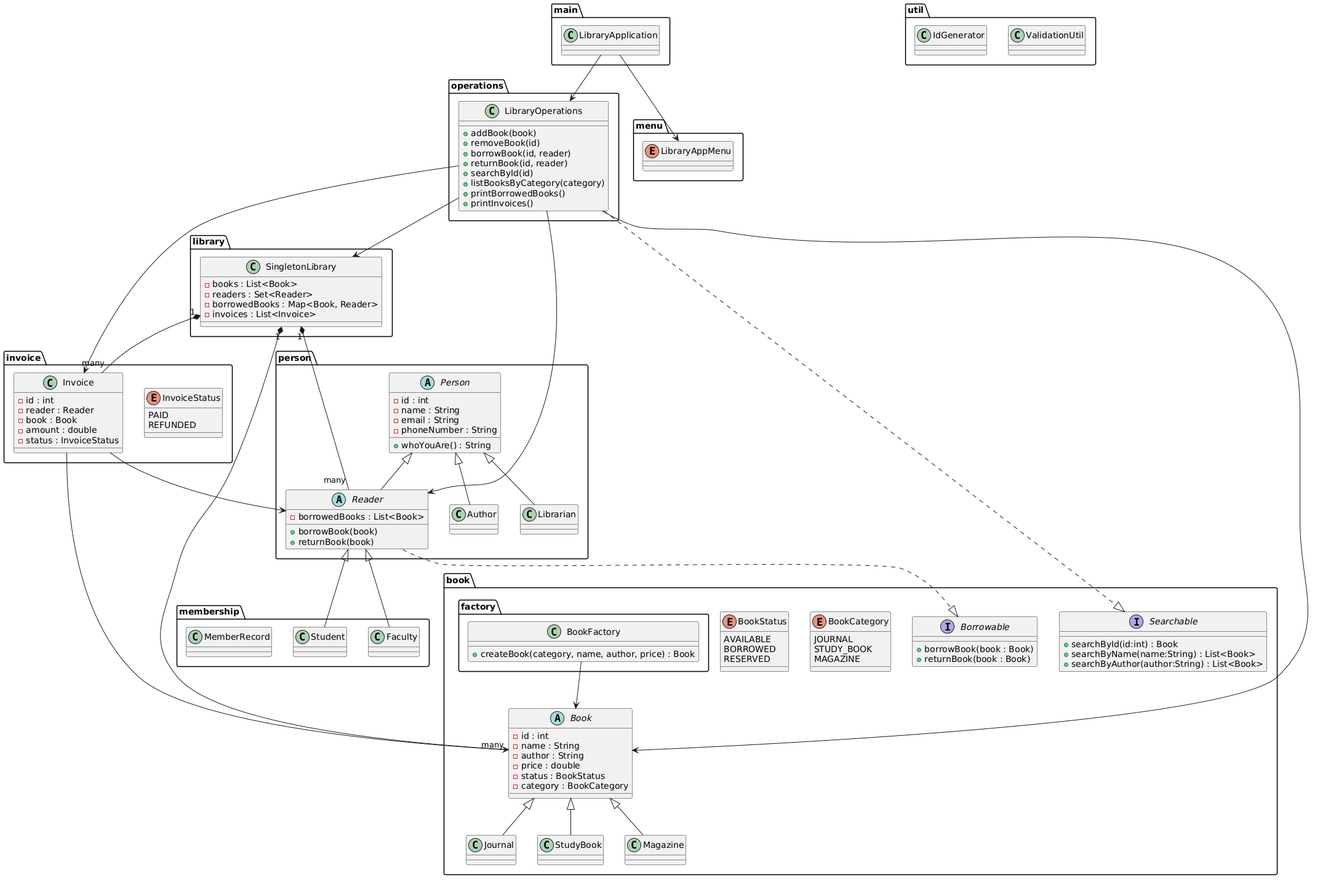
The PlantUML diagram UML.png in suckerman7/Java-s15-Challenge, before a commit. The source it was exported from:
```plantuml
@startuml
package book {

abstract class Book {
    - id : int
    - name : String
    - author : String
    - price : double
    - status : BookStatus
    - category : BookCategory
}

class Journal
class StudyBook
class Magazine

enum BookStatus {
AVAILABLE
BORROWED
RESERVED
}

enum BookCategory {
JOURNAL
STUDY_BOOK
MAGAZINE
}

interface Borrowable {
+ borrowBook(book : Book)
+ returnBook(book : Book)
}

interface Searchable {
+ searchById(id:int) : Book
+ searchByName(name:String) : List<Book>
+ searchByAuthor(author:String) : List<Book>
}

Book <|-- Journal
Book <|-- StudyBook
Book <|-- Magazine
}

package book.factory {

class BookFactory {
+ createBook(category, name, author, price) : Book
}

}

package person {

abstract class Person {
- id : int
- name : String
- email : String
- phoneNumber : String
+ whoYouAre() : String
}

abstract class Reader {
- borrowedBooks : List<Book>
+ borrowBook(book)
+ returnBook(book)
}

class Author
class Librarian

Person <|-- Reader
Person <|-- Author
Person <|-- Librarian

}

package membership {

class MemberRecord
class Student
class Faculty

Reader <|-- Student
Reader <|-- Faculty

}

package invoice {

class Invoice {
- id : int
- reader : Reader
- book : Book
- amount : double
- status : InvoiceStatus
}

enum InvoiceStatus {
PAID
REFUNDED
}

}

package library {

class SingletonLibrary {
- books : List<Book>
- readers : Set<Reader>
- borrowedBooks : Map<Book, Reader>
- invoices : List<Invoice>
}

}

package operations {

class LibraryOperations {
+ addBook(book)
+ removeBook(id)
+ borrowBook(id, reader)
+ returnBook(id, reader)
+ searchById(id)
+ listBooksByCategory(category)
+ printBorrowedBooks()
+ printInvoices()
}

}

package menu {

enum LibraryAppMenu

}

package util {

class IdGenerator
class ValidationUtil

}

package main {

class LibraryApplication

}

LibraryOperations --> SingletonLibrary
LibraryOperations --> Reader
LibraryOperations --> Book
LibraryOperations --> Invoice

Invoice --> Book
Invoice --> Reader

SingletonLibrary "1" *-- "many" Book
SingletonLibrary "1" *-- "many" Reader
SingletonLibrary "1" *-- "many" Invoice

LibraryApplication --> LibraryOperations
LibraryApplication --> LibraryAppMenu

BookFactory --> Book

Reader ..|> Borrowable
LibraryOperations ..|> Searchable
@enduml
```
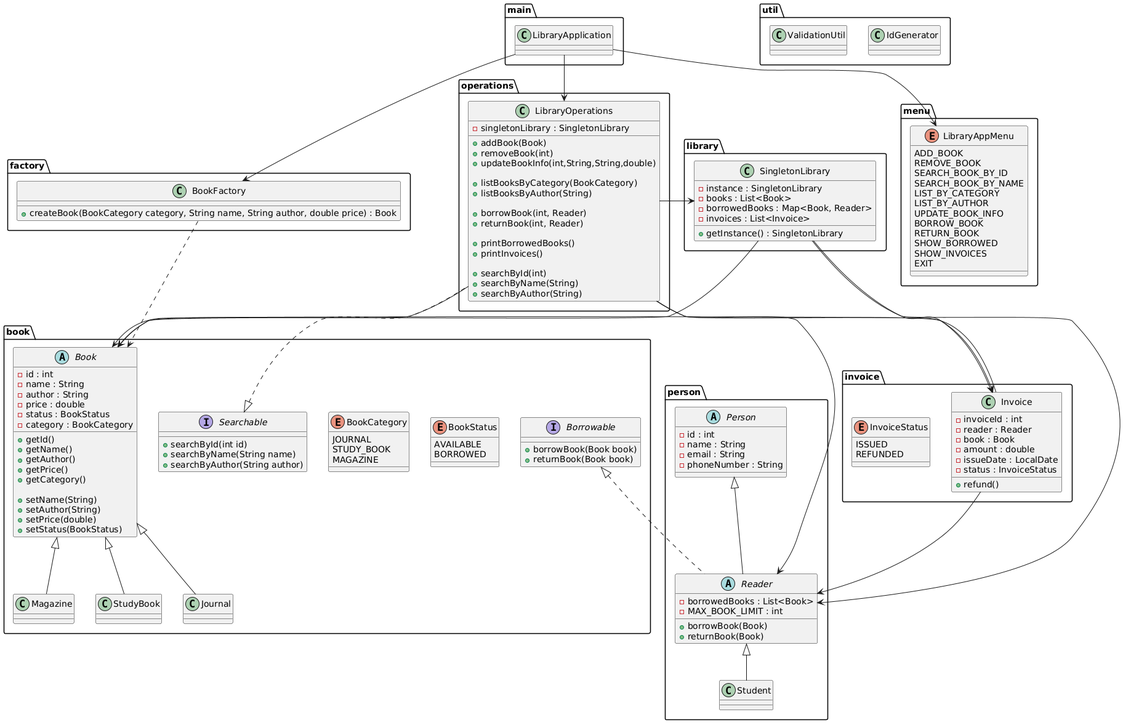
Above is the later version.

The edit, as a diff of the source:
```diff
@@ -1,51 +1,61 @@
 @startuml
 package book {
 
-abstract class Book {
-    - id : int
-    - name : String
-    - author : String
-    - price : double
-    - status : BookStatus
-    - category : BookCategory
+interface Borrowable {
+    +borrowBook(Book book)
+    +returnBook(Book book)
 }
 
-class Journal
-class StudyBook
-class Magazine
-
-enum BookStatus {
-AVAILABLE
-BORROWED
-RESERVED
+interface Searchable {
+    +searchById(int id)
+    +searchByName(String name)
+    +searchByAuthor(String author)
 }
 
 enum BookCategory {
-JOURNAL
-STUDY_BOOK
-MAGAZINE
+    JOURNAL
+    STUDY_BOOK
+    MAGAZINE
 }
 
-interface Borrowable {
-+ borrowBook(book : Book)
-+ returnBook(book : Book)
+enum BookStatus {
+    AVAILABLE
+    BORROWED
 }
 
-interface Searchable {
-+ searchById(id:int) : Book
-+ searchByName(name:String) : List<Book>
-+ searchByAuthor(author:String) : List<Book>
+abstract class Book {
+    -id : int
+    -name : String
+    -author : String
+    -price : double
+    -status : BookStatus
+    -category : BookCategory
+
+    +getId()
+    +getName()
+    +getAuthor()
+    +getPrice()
+    +getCategory()
+
+    +setName(String)
+    +setAuthor(String)
+    +setPrice(double)
+    +setStatus(BookStatus)
 }
 
+class StudyBook
+class Journal
+class Magazine
+
+Book <|-- StudyBook
 Book <|-- Journal
-Book <|-- StudyBook
 Book <|-- Magazine
 }
 
-package book.factory {
+package factory {
 
 class BookFactory {
-+ createBook(category, name, author, price) : Book
+    +createBook(BookCategory category, String name, String author, double price) : Book
 }
 
 }
@@ -53,52 +63,42 @@
 package person {
 
 abstract class Person {
-- id : int
-- name : String
-- email : String
-- phoneNumber : String
-+ whoYouAre() : String
+    -id : int
+    -name : String
+    -email : String
+    -phoneNumber : String
 }
 
 abstract class Reader {
-- borrowedBooks : List<Book>
-+ borrowBook(book)
-+ returnBook(book)
+    -borrowedBooks : List<Book>
+    -MAX_BOOK_LIMIT : int
+    +borrowBook(Book)
+    +returnBook(Book)
 }
 
-class Author
-class Librarian
+class Student
 
 Person <|-- Reader
-Person <|-- Author
-Person <|-- Librarian
-
-}
-
-package membership {
-
-class MemberRecord
-class Student
-class Faculty
-
 Reader <|-- Student
-Reader <|-- Faculty
-
+Borrowable <|.. Reader
 }
 
 package invoice {
 
-class Invoice {
-- id : int
-- reader : Reader
-- book : Book
-- amount : double
-- status : InvoiceStatus
+enum InvoiceStatus {
+    ISSUED
+    REFUNDED
 }
 
-enum InvoiceStatus {
-PAID
-REFUNDED
+class Invoice {
+    -invoiceId : int
+    -reader : Reader
+    -book : Book
+    -amount : double
+    -issueDate : LocalDate
+    -status : InvoiceStatus
+
+    +refund()
 }
 
 }
@@ -106,10 +106,12 @@
 package library {
 
 class SingletonLibrary {
-- books : List<Book>
-- readers : Set<Reader>
-- borrowedBooks : Map<Book, Reader>
-- invoices : List<Invoice>
+    -instance : SingletonLibrary
+    -books : List<Book>
+    -borrowedBooks : Map<Book, Reader>
+    -invoices : List<Invoice>
+
+    +getInstance() : SingletonLibrary
 }
 
 }
@@ -117,28 +119,47 @@
 package operations {
 
 class LibraryOperations {
-+ addBook(book)
-+ removeBook(id)
-+ borrowBook(id, reader)
-+ returnBook(id, reader)
-+ searchById(id)
-+ listBooksByCategory(category)
-+ printBorrowedBooks()
-+ printInvoices()
+
+    -singletonLibrary : SingletonLibrary
+
+    +addBook(Book)
+    +removeBook(int)
+    +updateBookInfo(int,String,String,double)
+
+    +listBooksByCategory(BookCategory)
+    +listBooksByAuthor(String)
+
+    +borrowBook(int, Reader)
+    +returnBook(int, Reader)
+
+    +printBorrowedBooks()
+    +printInvoices()
+
+    +searchById(int)
+    +searchByName(String)
+    +searchByAuthor(String)
 }
+
+Searchable <|.. LibraryOperations
 
 }
 
 package menu {
 
-enum LibraryAppMenu
-
+enum LibraryAppMenu {
+    ADD_BOOK
+    REMOVE_BOOK
+    SEARCH_BOOK_BY_ID
+    SEARCH_BOOK_BY_NAME
+    LIST_BY_CATEGORY
+    LIST_BY_AUTHOR
+    UPDATE_BOOK_INFO
+    BORROW_BOOK
+    RETURN_BOOK
+    SHOW_BORROWED
+    SHOW_INVOICES
+    EXIT
 }
-
-package util {
-
-class IdGenerator
-class ValidationUtil
 
 }
 
@@ -148,23 +169,27 @@
 
 }
 
+package util {
+
+class ValidationUtil
+class IdGenerator
+
+}
+
+BookFactory ..> Book
 LibraryOperations --> SingletonLibrary
+LibraryOperations --> Book
 LibraryOperations --> Reader
-LibraryOperations --> Book
 LibraryOperations --> Invoice
+
+SingletonLibrary --> Book
+SingletonLibrary --> Invoice
+SingletonLibrary --> Reader
 
 Invoice --> Book
 Invoice --> Reader
 
-SingletonLibrary "1" *-- "many" Book
-SingletonLibrary "1" *-- "many" Reader
-SingletonLibrary "1" *-- "many" Invoice
-
 LibraryApplication --> LibraryOperations
 LibraryApplication --> LibraryAppMenu
-
-BookFactory --> Book
-
-Reader ..|> Borrowable
-LibraryOperations ..|> Searchable
+LibraryApplication --> BookFactory
 @enduml
```
